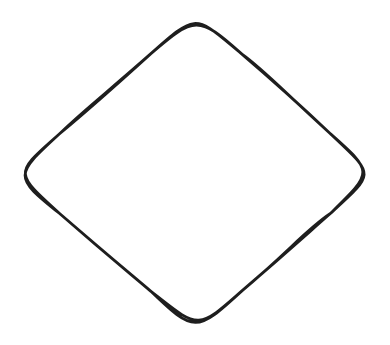
Earlier version of the Excalidraw export Diagrams/Untitled-2025-ddd01-28-1818.excalidraw.svg (EugenGoGit/diagramm_store). Source tidied: one line per element, renumbered; positions are measured from the earlier drawing's top-left corner, leaving out a move shared by most shapes. The source it was exported from:
```json
{"id": 0, "type": "diamond", "strokeColor": "#1e1e1e", "strokeWidth": 2, "roughness": 1, "round": true, "x": 0, "y": 0, "width": 258, "height": 226}
```
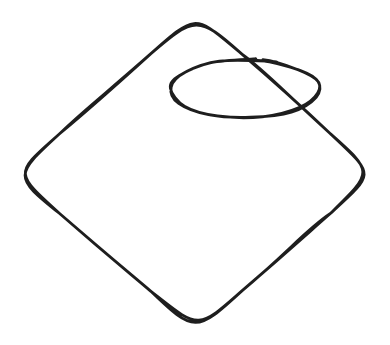
Later version of the same file.

Change to the diagram source:
```diff
@@ -1,1 +1,2 @@
 {"id": 0, "type": "diamond", "strokeColor": "#1e1e1e", "strokeWidth": 2, "roughness": 1, "round": true, "x": 0, "y": 0, "width": 258, "height": 226}
+{"id": 1, "type": "ellipse", "strokeColor": "#1e1e1e", "strokeWidth": 2, "roughness": 1, "round": true, "x": 112, "y": 33, "width": 107, "height": 41}
```
